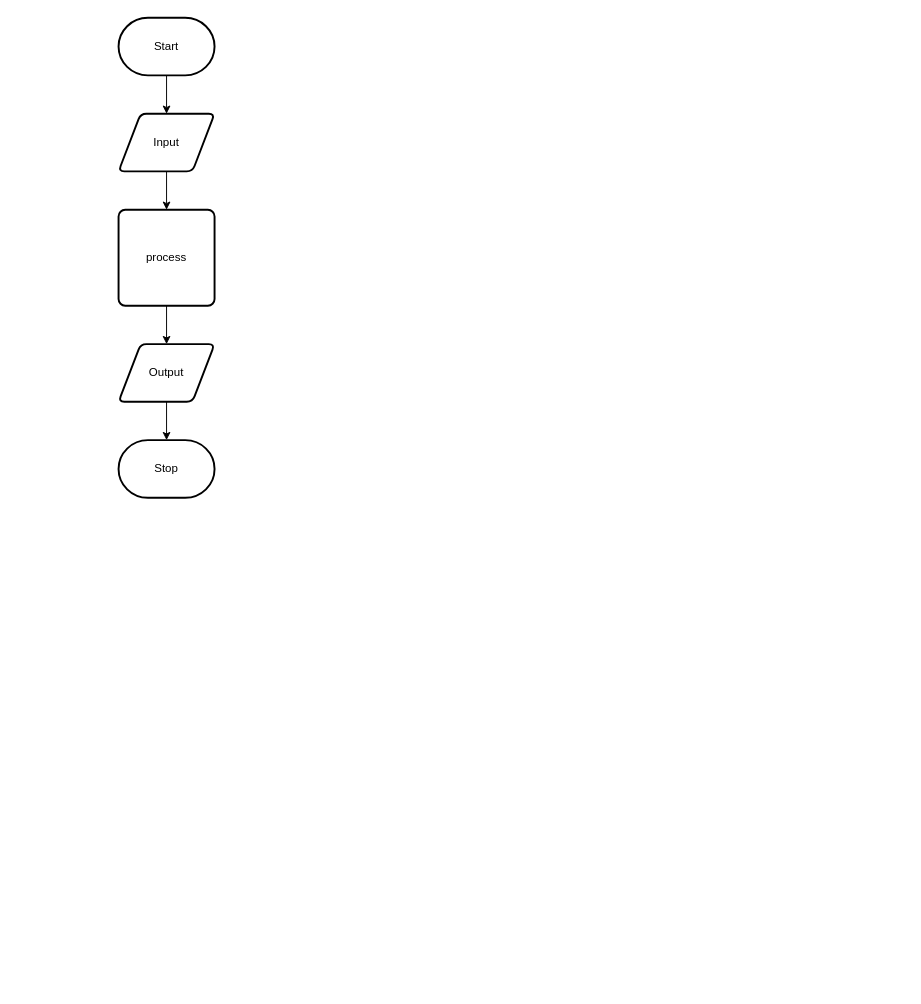
Before: design/flow-chart.drawio in Claire-Bedrossian/ICS2O-Unit5-05-JS, a draw.io diagram. Source tidied: cells renumbered, new cells numbered last; positions are measured from the earlier drawing's top-left corner, leaving out a move shared by most shapes. Both pictures are drawn from the tidied source at 96%, with x=0, y=0 at pixel (118, 17).
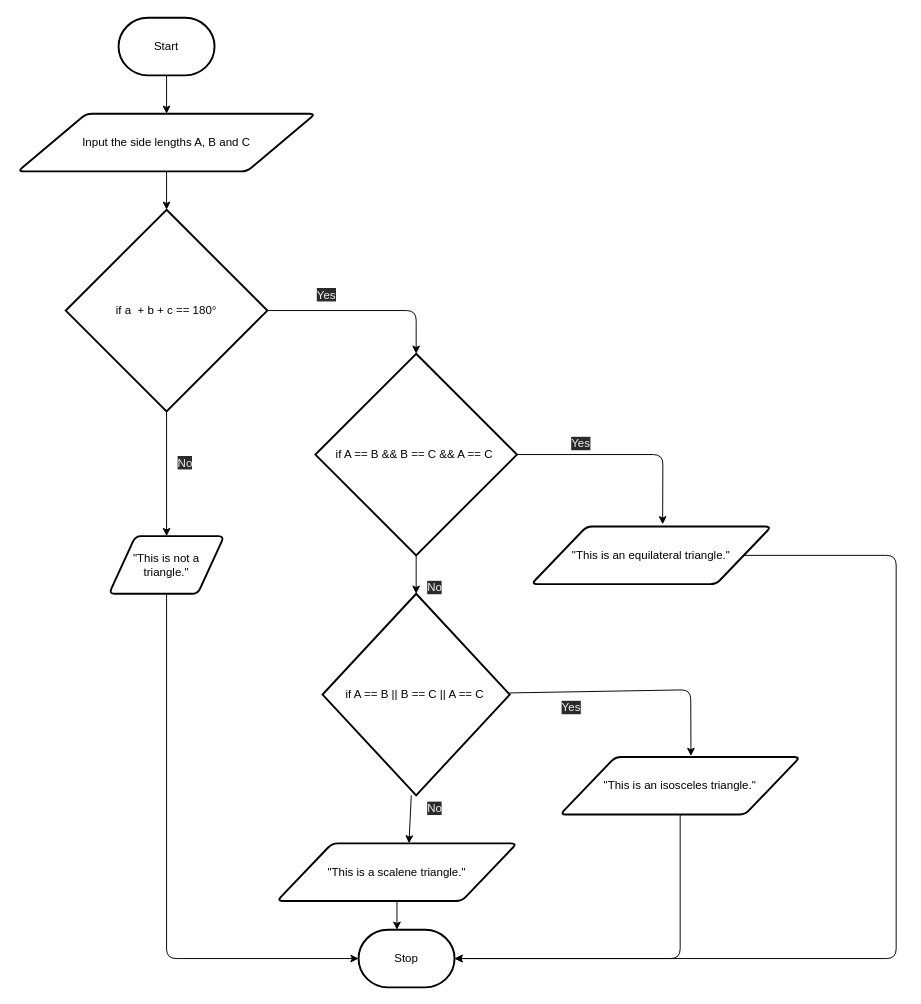
After the change.

Diff of the diagram source:
```diff
@@
-    <mxCell id="4" style="edgeStyle=none;html=1;" parent="1" edge="1" source="5" target="7">
-      <mxGeometry relative="1" as="geometry" />
+    <mxCell id="4" style="edgeStyle=none;html=1;" parent="1" edge="1" source="5">
+      <mxGeometry relative="1" as="geometry">
+        <mxPoint x="50" y="200" as="targetPoint" />
+      </mxGeometry>
     </mxCell>
-    <mxCell id="5" value="Input" style="shape=parallelogram;html=1;strokeWidth=2;perimeter=parallelogramPerimeter;whiteSpace=wrap;rounded=1;arcSize=12;size=0.23;" parent="1" vertex="1">
-      <mxGeometry y="100" width="100" height="60" as="geometry" />
+    <mxCell id="5" value="Input the side lengths A, B and C" style="shape=parallelogram;html=1;strokeWidth=2;perimeter=parallelogramPerimeter;whiteSpace=wrap;rounded=1;arcSize=12;size=0.23;" parent="1" vertex="1">
+      <mxGeometry x="-105" y="100" width="310" height="60" as="geometry" />
     </mxCell>
-    <mxCell id="6" style="edgeStyle=none;html=1;" parent="1" edge="1" source="7" target="9">
-      <mxGeometry relative="1" as="geometry" />
+    <mxCell id="6" style="edgeStyle=none;html=1;" parent="1" edge="1" target="9">
+      <mxGeometry relative="1" as="geometry">
+        <mxPoint x="50" y="300" as="sourcePoint" />
+      </mxGeometry>
     </mxCell>
-    <mxCell id="7" value="process" style="rounded=1;whiteSpace=wrap;html=1;absoluteArcSize=1;arcSize=14;strokeWidth=2;" parent="1" vertex="1">
-      <mxGeometry y="200" width="100" height="100" as="geometry" />
-    </mxCell>
     <mxCell id="8" style="edgeStyle=none;html=1;" parent="1" edge="1" source="9" target="10">
-      <mxGeometry relative="1" as="geometry" />
+      <mxGeometry relative="1" as="geometry">
+        <Array as="points">
+          <mxPoint x="50" y="980" />
+        </Array>
+      </mxGeometry>
     </mxCell>
-    <mxCell id="9" value="Output" style="shape=parallelogram;html=1;strokeWidth=2;perimeter=parallelogramPerimeter;whiteSpace=wrap;rounded=1;arcSize=12;size=0.23;" parent="1" vertex="1">
-      <mxGeometry y="340" width="100" height="60" as="geometry" />
+    <mxCell id="9" value="&quot;This is not a triangle.&quot;" style="shape=parallelogram;html=1;strokeWidth=2;perimeter=parallelogramPerimeter;whiteSpace=wrap;rounded=1;arcSize=12;size=0.23;" parent="1" vertex="1">
+      <mxGeometry x="-10" y="540" width="120" height="60" as="geometry" />
     </mxCell>
     <mxCell id="10" value="Stop" style="strokeWidth=2;html=1;shape=mxgraph.flowchart.terminator;whiteSpace=wrap;" parent="1" vertex="1">
-      <mxGeometry y="440" width="100" height="60" as="geometry" />
+      <mxGeometry x="250" y="950" width="100" height="60" as="geometry" />
     </mxCell>
+    <mxCell id="11" style="edgeStyle=none;html=1;exitX=1;exitY=0.5;exitDx=0;exitDy=0;exitPerimeter=0;entryX=0.5;entryY=0;entryDx=0;entryDy=0;entryPerimeter=0;" parent="1" edge="1" source="12" target="16">
+      <mxGeometry relative="1" as="geometry">
+        <Array as="points">
+          <mxPoint x="310" y="305" />
+        </Array>
+      </mxGeometry>
+    </mxCell>
+    <mxCell id="12" value="if a&amp;nbsp; + b + c == 180°" style="strokeWidth=2;html=1;shape=mxgraph.flowchart.decision;whiteSpace=wrap;" parent="1" vertex="1">
+      <mxGeometry x="-55" y="200" width="210" height="210" as="geometry" />
+    </mxCell>
+    <mxCell id="13" value="&lt;span style=&quot;color: rgb(240 , 240 , 240) ; font-family: &amp;#34;helvetica&amp;#34; ; font-size: 12px ; font-style: normal ; font-weight: 400 ; letter-spacing: normal ; text-align: center ; text-indent: 0px ; text-transform: none ; word-spacing: 0px ; background-color: rgb(42 , 42 , 42) ; display: inline ; float: none&quot;&gt;No&lt;/span&gt;" style="text;whiteSpace=wrap;html=1;" parent="1" vertex="1">
+      <mxGeometry x="60" y="450" width="20" height="30" as="geometry" />
+    </mxCell>
+    <mxCell id="14" style="edgeStyle=none;html=1;exitX=1;exitY=0.5;exitDx=0;exitDy=0;exitPerimeter=0;entryX=0.547;entryY=-0.039;entryDx=0;entryDy=0;entryPerimeter=0;" parent="1" edge="1" source="16" target="18">
+      <mxGeometry relative="1" as="geometry">
+        <Array as="points">
+          <mxPoint x="567" y="455" />
+        </Array>
+      </mxGeometry>
+    </mxCell>
+    <mxCell id="15" style="edgeStyle=none;html=1;" parent="1" edge="1" source="16" target="23">
+      <mxGeometry relative="1" as="geometry" />
+    </mxCell>
+    <mxCell id="16" value="if A == B &amp;amp;&amp;amp; B == C &amp;amp;&amp;amp; A == C&amp;nbsp;" style="strokeWidth=2;html=1;shape=mxgraph.flowchart.decision;whiteSpace=wrap;" parent="1" vertex="1">
+      <mxGeometry x="205" y="350" width="210" height="210" as="geometry" />
+    </mxCell>
+    <mxCell id="17" style="edgeStyle=none;html=1;exitX=1;exitY=0.5;exitDx=0;exitDy=0;entryX=1;entryY=0.5;entryDx=0;entryDy=0;entryPerimeter=0;" parent="1" edge="1" source="18" target="10">
+      <mxGeometry relative="1" as="geometry">
+        <Array as="points">
+          <mxPoint x="810" y="560" />
+          <mxPoint x="810" y="980" />
+        </Array>
+      </mxGeometry>
+    </mxCell>
+    <mxCell id="18" value="&quot;This is an equilateral triangle.&quot;" style="shape=parallelogram;html=1;strokeWidth=2;perimeter=parallelogramPerimeter;whiteSpace=wrap;rounded=1;arcSize=12;size=0.23;" parent="1" vertex="1">
+      <mxGeometry x="430" y="530" width="250" height="60" as="geometry" />
+    </mxCell>
+    <mxCell id="19" value="&lt;span style=&quot;color: rgb(240 , 240 , 240) ; font-family: &amp;#34;helvetica&amp;#34; ; font-size: 12px ; font-style: normal ; font-weight: 400 ; letter-spacing: normal ; text-align: center ; text-indent: 0px ; text-transform: none ; word-spacing: 0px ; background-color: rgb(42 , 42 , 42) ; display: inline ; float: none&quot;&gt;Yes&lt;/span&gt;" style="text;whiteSpace=wrap;html=1;" parent="1" vertex="1">
+      <mxGeometry x="205" y="275" width="20" height="30" as="geometry" />
+    </mxCell>
+    <mxCell id="20" value="&lt;span style=&quot;color: rgb(240, 240, 240); font-family: helvetica; font-size: 12px; font-style: normal; font-weight: 400; letter-spacing: normal; text-align: center; text-indent: 0px; text-transform: none; word-spacing: 0px; background-color: rgb(42, 42, 42); display: inline; float: none;&quot;&gt;Yes&lt;/span&gt;" style="text;whiteSpace=wrap;html=1;" parent="1" vertex="1">
+      <mxGeometry x="470" y="430" width="50" height="30" as="geometry" />
+    </mxCell>
+    <mxCell id="21" style="edgeStyle=none;html=1;entryX=0.545;entryY=-0.017;entryDx=0;entryDy=0;entryPerimeter=0;" parent="1" edge="1" source="23" target="26">
+      <mxGeometry relative="1" as="geometry">
+        <Array as="points">
+          <mxPoint x="596" y="700" />
+        </Array>
+      </mxGeometry>
+    </mxCell>
+    <mxCell id="22" style="edgeStyle=none;html=1;entryX=0.55;entryY=0;entryDx=0;entryDy=0;entryPerimeter=0;" parent="1" edge="1" source="23" target="29">
+      <mxGeometry relative="1" as="geometry" />
+    </mxCell>
+    <mxCell id="23" value="if A == B || B == C || A == C&amp;nbsp;" style="strokeWidth=2;html=1;shape=mxgraph.flowchart.decision;whiteSpace=wrap;" parent="1" vertex="1">
+      <mxGeometry x="212.5" y="600" width="195" height="210" as="geometry" />
+    </mxCell>
+    <mxCell id="24" value="&lt;span style=&quot;color: rgb(240 , 240 , 240) ; font-family: &amp;#34;helvetica&amp;#34; ; font-size: 12px ; font-style: normal ; font-weight: 400 ; letter-spacing: normal ; text-align: center ; text-indent: 0px ; text-transform: none ; word-spacing: 0px ; background-color: rgb(42 , 42 , 42) ; display: inline ; float: none&quot;&gt;No&lt;/span&gt;" style="text;whiteSpace=wrap;html=1;" parent="1" vertex="1">
+      <mxGeometry x="320" y="580" width="20" height="30" as="geometry" />
+    </mxCell>
+    <mxCell id="25" style="edgeStyle=none;html=1;entryX=1;entryY=0.5;entryDx=0;entryDy=0;entryPerimeter=0;" parent="1" edge="1" source="26" target="10">
+      <mxGeometry relative="1" as="geometry">
+        <Array as="points">
+          <mxPoint x="585" y="980" />
+        </Array>
+      </mxGeometry>
+    </mxCell>
+    <mxCell id="26" value="&quot;This is an&amp;nbsp;isosceles triangle.&quot;" style="shape=parallelogram;html=1;strokeWidth=2;perimeter=parallelogramPerimeter;whiteSpace=wrap;rounded=1;arcSize=12;size=0.23;" parent="1" vertex="1">
+      <mxGeometry x="460" y="770" width="250" height="60" as="geometry" />
+    </mxCell>
+    <mxCell id="27" value="&lt;span style=&quot;color: rgb(240, 240, 240); font-family: helvetica; font-size: 12px; font-style: normal; font-weight: 400; letter-spacing: normal; text-align: center; text-indent: 0px; text-transform: none; word-spacing: 0px; background-color: rgb(42, 42, 42); display: inline; float: none;&quot;&gt;Yes&lt;/span&gt;" style="text;whiteSpace=wrap;html=1;" parent="1" vertex="1">
+      <mxGeometry x="460" y="705" width="50" height="30" as="geometry" />
+    </mxCell>
+    <mxCell id="28" style="edgeStyle=none;html=1;entryX=0.4;entryY=0;entryDx=0;entryDy=0;entryPerimeter=0;" parent="1" edge="1" source="29" target="10">
+      <mxGeometry relative="1" as="geometry" />
+    </mxCell>
+    <mxCell id="29" value="&quot;This is a scalene triangle.&quot;" style="shape=parallelogram;html=1;strokeWidth=2;perimeter=parallelogramPerimeter;whiteSpace=wrap;rounded=1;arcSize=12;size=0.23;" parent="1" vertex="1">
+      <mxGeometry x="165" y="860" width="250" height="60" as="geometry" />
+    </mxCell>
+    <mxCell id="30" value="&lt;span style=&quot;color: rgb(240 , 240 , 240) ; font-family: &amp;#34;helvetica&amp;#34; ; font-size: 12px ; font-style: normal ; font-weight: 400 ; letter-spacing: normal ; text-align: center ; text-indent: 0px ; text-transform: none ; word-spacing: 0px ; background-color: rgb(42 , 42 , 42) ; display: inline ; float: none&quot;&gt;No&lt;/span&gt;" style="text;whiteSpace=wrap;html=1;" parent="1" vertex="1">
+      <mxGeometry x="320" y="810" width="20" height="30" as="geometry" />
+    </mxCell>
```
